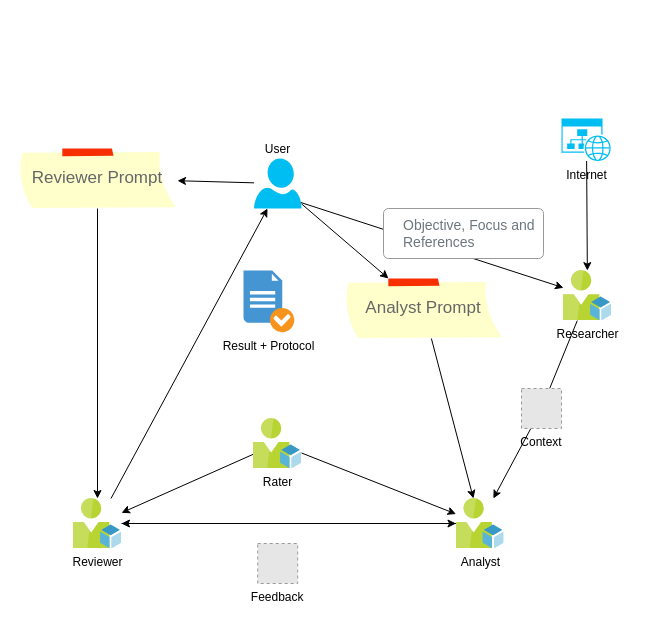
denniszielke/ai-financial-report-agents keeps this draw.io diagram as diagram.drawio. Above is the earlier version. Source tidied: cells renumbered, new cells numbered last; positions are measured from the earlier drawing's top-left corner, leaving out a move shared by most shapes. Both pictures are drawn from the tidied source at 100%, with x=0, y=0 at pixel (17, 118). Pictures stored in the file or linked from it are replaced by grey dashed boxes.
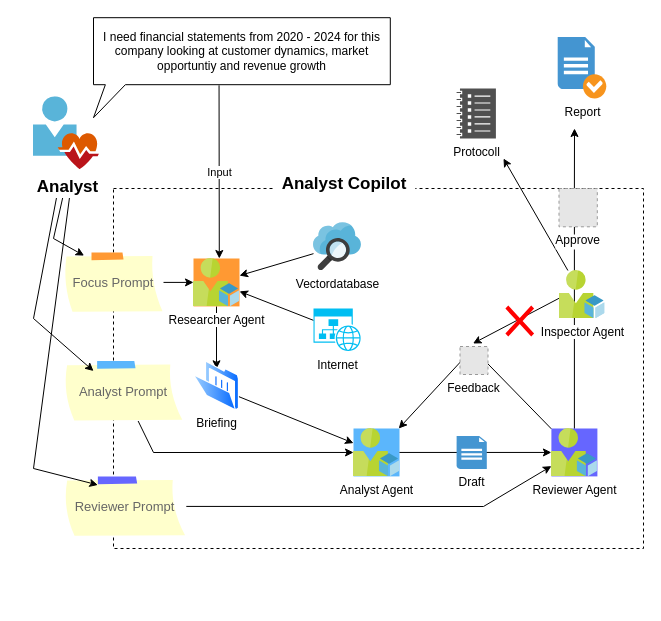
After the change.

The edit, as a diff of the source:
```diff
@@
-    <mxCell id="2" style="edgeStyle=none;html=1;exitX=0.52;exitY=0.736;exitDx=0;exitDy=0;exitPerimeter=0;" parent="1" edge="1" source="5" target="7">
-      <mxGeometry relative="1" as="geometry" />
-    </mxCell>
-    <mxCell id="3" style="edgeStyle=none;html=1;" parent="1" edge="1" source="5" target="20">
-      <mxGeometry relative="1" as="geometry" />
-    </mxCell>
-    <mxCell id="4" style="edgeStyle=none;html=1;" parent="1" edge="1" source="5" target="18">
-      <mxGeometry relative="1" as="geometry" />
-    </mxCell>
-    <mxCell id="5" value="User" style="verticalLabelPosition=top;html=1;verticalAlign=bottom;align=center;strokeColor=none;fillColor=#00BEF2;shape=mxgraph.azure.user;labelPosition=center;" parent="1" vertex="1">
-      <mxGeometry x="236.5" y="40" width="47.5" height="50" as="geometry" />
-    </mxCell>
-    <mxCell id="6" style="edgeStyle=none;html=1;startArrow=none;" parent="1" edge="1" source="26" target="11">
-      <mxGeometry relative="1" as="geometry" />
-    </mxCell>
-    <mxCell id="7" value="Researcher" style="sketch=0;html=1;points=[];align=center;image;fontSize=12;image=img/lib/mscae/User_Resource.svg;" parent="1" vertex="1">
-      <mxGeometry x="546" y="152.1" width="48" height="50" as="geometry" />
-    </mxCell>
-    <mxCell id="8" style="edgeStyle=none;html=1;" parent="1" edge="1" source="9" target="7">
-      <mxGeometry relative="1" as="geometry" />
-    </mxCell>
+    <mxCell id="27" style="whiteSpace=wrap;html=1;labelBackgroundColor=default;dashed=1;rounded=0;" parent="1" vertex="1">
+      <mxGeometry x="96" y="70" width="530" height="360" as="geometry" />
+    </mxCell>
+    <mxCell id="28" value="Focus Prompt" style="strokeWidth=1;shadow=0;dashed=0;align=center;html=1;shape=mxgraph.mockup.text.stickyNote2;fontColor=#666666;mainText=;fontSize=13;whiteSpace=wrap;fillColor=#ffffcc;strokeColor=#FF9933;rounded=0;" parent="1" vertex="1">
+      <mxGeometry x="46" y="133.9" width="100" height="60" as="geometry" />
+    </mxCell>
+    <mxCell id="20" value="Analyst Prompt" style="strokeWidth=1;shadow=0;dashed=0;align=center;html=1;shape=mxgraph.mockup.text.stickyNote2;fontColor=#666666;mainText=;fontSize=13;whiteSpace=wrap;fillColor=#ffffcc;strokeColor=#5BB6FC;rounded=0;" parent="1" vertex="1">
+      <mxGeometry x="46" y="242.5" width="120" height="60" as="geometry" />
+    </mxCell>
+    <mxCell id="18" value="Reviewer Prompt" style="strokeWidth=1;shadow=0;dashed=0;align=center;html=1;shape=mxgraph.mockup.text.stickyNote2;fontColor=#666666;mainText=;fontSize=13;whiteSpace=wrap;fillColor=#ffffcc;strokeColor=#6666FF;rounded=0;" parent="1" vertex="1">
+      <mxGeometry x="46" y="357.9" width="122.8" height="60" as="geometry" />
+    </mxCell>
+    <mxCell id="29" style="edgeStyle=none;html=1;rounded=0;entryX=0.206;entryY=0.054;entryDx=0;entryDy=0;entryPerimeter=0;" parent="1" edge="1" target="28">
+      <mxGeometry relative="1" as="geometry">
+        <mxPoint x="50" y="57.9" as="sourcePoint" />
+        <Array as="points">
+          <mxPoint x="36" y="120" />
+        </Array>
+      </mxGeometry>
+    </mxCell>
+    <mxCell id="30" style="edgeStyle=none;html=1;entryX=0.25;entryY=0.167;entryDx=0;entryDy=0;entryPerimeter=0;exitX=0.15;exitY=1.053;exitDx=0;exitDy=0;exitPerimeter=0;rounded=0;" parent="1" edge="1" target="20">
+      <mxGeometry relative="1" as="geometry">
+        <mxPoint x="42.6" y="60.4" as="sourcePoint" />
+        <Array as="points">
+          <mxPoint x="16" y="200" />
+        </Array>
+      </mxGeometry>
+    </mxCell>
+    <mxCell id="31" style="edgeStyle=none;html=1;entryX=0.28;entryY=0.143;entryDx=0;entryDy=0;entryPerimeter=0;rounded=0;" parent="1" edge="1" target="18">
+      <mxGeometry relative="1" as="geometry">
+        <mxPoint x="54.8" y="57.9" as="sourcePoint" />
+        <Array as="points">
+          <mxPoint x="16" y="350" />
+        </Array>
+      </mxGeometry>
+    </mxCell>
+    <mxCell id="32" value="I need financial statements from 2020 - 2024 for this company looking at customer dynamics, market opportuntiy and revenue growth" style="shape=callout;whiteSpace=wrap;html=1;perimeter=calloutPerimeter;position2=0;size=33;position=0.04;rounded=0;" parent="1" vertex="1">
+      <mxGeometry x="76" y="-100.8" width="296.8" height="100" as="geometry" />
+    </mxCell>
+    <mxCell id="33" style="edgeStyle=none;html=1;rounded=0;" parent="1" edge="1" source="28">
+      <mxGeometry relative="1" as="geometry">
+        <mxPoint x="176" y="163.9" as="targetPoint" />
+      </mxGeometry>
+    </mxCell>
+    <mxCell id="34" value="Input" style="edgeStyle=none;html=1;exitX=0.423;exitY=0.676;exitDx=0;exitDy=0;exitPerimeter=0;rounded=0;" parent="1" edge="1" source="32">
+      <mxGeometry relative="1" as="geometry">
+        <mxPoint x="201.8" y="140" as="targetPoint" />
+      </mxGeometry>
+    </mxCell>
+    <mxCell id="35" style="edgeStyle=none;html=1;rounded=0;" parent="1" edge="1" source="36">
+      <mxGeometry relative="1" as="geometry">
+        <mxPoint x="222" y="157.1" as="targetPoint" />
+      </mxGeometry>
+    </mxCell>
+    <mxCell id="36" value="Vectordatabase" style="sketch=0;html=1;points=[];align=center;image;fontSize=12;image=img/lib/mscae/Search.svg;labelBackgroundColor=default;rounded=0;" parent="1" vertex="1">
+      <mxGeometry x="296" y="104.1" width="47.9" height="47.9" as="geometry" />
+    </mxCell>
+    <mxCell id="37" style="edgeStyle=none;html=1;rounded=0;" parent="1" edge="1" source="9">
+      <mxGeometry relative="1" as="geometry">
+        <mxPoint x="222" y="172.9" as="targetPoint" />
+      </mxGeometry>
+    </mxCell>
-    <mxCell id="9" value="Internet" style="verticalLabelPosition=bottom;html=1;verticalAlign=top;align=center;strokeColor=none;fillColor=#00BEF2;shape=mxgraph.azure.website_generic;" parent="1" vertex="1">
-      <mxGeometry x="544" width="50" height="42.5" as="geometry" />
+    <mxCell id="9" value="Internet" style="verticalLabelPosition=bottom;html=1;verticalAlign=top;align=center;strokeColor=none;fillColor=#00BEF2;shape=mxgraph.azure.website_generic;labelBackgroundColor=default;rounded=0;" parent="1" vertex="1">
+      <mxGeometry x="296" y="190" width="47.9" height="42.5" as="geometry" />
     </mxCell>
-    <mxCell id="10" style="edgeStyle=none;html=1;" parent="1" edge="1" source="11" target="14">
-      <mxGeometry relative="1" as="geometry" />
-    </mxCell>
+    <mxCell id="38" style="edgeStyle=none;html=1;rounded=0;" parent="1" edge="1">
+      <mxGeometry relative="1" as="geometry">
+        <mxPoint x="199" y="187.9" as="sourcePoint" />
+        <mxPoint x="199" y="250.3" as="targetPoint" />
+      </mxGeometry>
+    </mxCell>
+    <mxCell id="39" value="Analyst Agent" style="sketch=0;html=1;points=[];align=center;image;fontSize=12;image=img/lib/mscae/User_Resource.svg;imageBackground=#5BB6FC;rounded=0;" parent="1" vertex="1">
+      <mxGeometry x="336" y="310" width="46" height="47.9" as="geometry" />
+    </mxCell>
+    <mxCell id="40" style="edgeStyle=none;html=1;rounded=0;" parent="1" edge="1" source="20" target="39">
+      <mxGeometry relative="1" as="geometry">
+        <Array as="points">
+          <mxPoint x="136" y="334" />
+        </Array>
+      </mxGeometry>
+    </mxCell>
+    <mxCell id="41" style="edgeStyle=none;html=1;rounded=0;" parent="1" edge="1" target="39">
+      <mxGeometry relative="1" as="geometry">
+        <mxPoint x="216.8" y="276.3" as="sourcePoint" />
+      </mxGeometry>
+    </mxCell>
+    <mxCell id="42" style="edgeStyle=none;html=1;rounded=0;" parent="1" edge="1" source="44" target="39">
+      <mxGeometry relative="1" as="geometry">
+        <Array as="points">
+          <mxPoint x="455.4" y="230" />
+        </Array>
+      </mxGeometry>
+    </mxCell>
+    <mxCell id="43" style="edgeStyle=none;html=1;startArrow=none;rounded=0;" parent="1" edge="1">
+      <mxGeometry relative="1" as="geometry">
+        <mxPoint x="556.9" y="70" as="sourcePoint" />
+        <mxPoint x="557" y="10" as="targetPoint" />
+      </mxGeometry>
+    </mxCell>
+    <mxCell id="44" value="Reviewer Agent" style="sketch=0;html=1;points=[];align=center;image;fontSize=12;image=img/lib/mscae/User_Resource.svg;imageBackground=#6666FF;rounded=0;" parent="1" vertex="1">
+      <mxGeometry x="533.9" y="310" width="46" height="47.9" as="geometry" />
+    </mxCell>
+    <mxCell id="45" style="edgeStyle=none;html=1;rounded=0;" parent="1" edge="1" source="18" target="44">
+      <mxGeometry relative="1" as="geometry">
+        <Array as="points">
+          <mxPoint x="466" y="388" />
+        </Array>
+      </mxGeometry>
+    </mxCell>
+    <mxCell id="46" style="edgeStyle=none;html=1;rounded=0;" parent="1" edge="1" source="39" target="44">
+      <mxGeometry relative="1" as="geometry" />
+    </mxCell>
+    <mxCell id="47" style="edgeStyle=none;html=1;entryX=0.5;entryY=0;entryDx=0;entryDy=0;rounded=0;" parent="1" edge="1">
+      <mxGeometry relative="1" as="geometry">
+        <mxPoint x="541.5" y="179.8" as="sourcePoint" />
+        <mxPoint x="455.5" y="225" as="targetPoint" />
+      </mxGeometry>
+    </mxCell>
+    <mxCell id="48" style="edgeStyle=none;html=1;rounded=0;" parent="1" edge="1">
+      <mxGeometry relative="1" as="geometry">
+        <mxPoint x="550.4" y="152" as="sourcePoint" />
+        <mxPoint x="486" y="40" as="targetPoint" />
+      </mxGeometry>
+    </mxCell>
+    <mxCell id="49" value="Draft" style="shadow=0;dashed=0;html=1;strokeColor=none;fillColor=#4495D1;labelPosition=center;verticalLabelPosition=bottom;verticalAlign=top;align=center;shape=mxgraph.veeam.2d.report;labelBackgroundColor=default;rounded=0;" parent="1" vertex="1">
+      <mxGeometry x="439.1" y="317.4" width="30.2" height="33" as="geometry" />
+    </mxCell>
+    <mxCell id="50" value="Report" style="shadow=0;dashed=0;html=1;strokeColor=none;fillColor=#4495D1;labelPosition=center;verticalLabelPosition=bottom;verticalAlign=top;align=center;shape=mxgraph.veeam.checked_doc;labelBackgroundColor=default;rounded=0;" parent="1" vertex="1">
+      <mxGeometry x="540.2" y="-81.6" width="48.6" height="61.6" as="geometry" />
+    </mxCell>
+    <mxCell id="51" style="shape=mxgraph.mockup.markup.redX;fillColor=#ff0000;html=1;shadow=0;strokeColor=none;rounded=0;" parent="1" vertex="1">
+      <mxGeometry x="487.9" y="187" width="28.7" height="31" as="geometry" />
+    </mxCell>
+    <mxCell id="52" style="edgeStyle=none;html=1;endArrow=none;rounded=0;" parent="1" edge="1" source="44">
+      <mxGeometry relative="1" as="geometry">
+        <mxPoint x="556.9" y="108.3" as="targetPoint" />
+      </mxGeometry>
+    </mxCell>
+    <mxCell id="53" value="Inspector Agent" style="sketch=0;html=1;align=center;image;fontSize=12;image=img/lib/mscae/User_Resource.svg;rounded=0;" parent="1" vertex="1">
+      <mxGeometry x="541.5" y="152" width="46" height="47.9" as="geometry" />
+    </mxCell>
-    <mxCell id="11" value="Analyst" style="sketch=0;html=1;points=[];align=center;image;fontSize=12;image=img/lib/mscae/User_Resource.svg;" parent="1" vertex="1">
-      <mxGeometry x="438.5" y="380" width="48" height="50" as="geometry" />
+    <mxCell id="11" value="Analyst" style="sketch=0;html=1;points=[];align=center;image;fontSize=17;image=img/lib/mscae/User_Health_Icon.svg;labelBackgroundColor=default;labelBorderColor=#FFFFFF;fontStyle=1;rounded=0;" parent="1" vertex="1">
+      <mxGeometry x="16" y="-21.8" width="67.1" height="73" as="geometry" />
     </mxCell>
-    <mxCell id="12" style="edgeStyle=none;html=1;" parent="1" edge="1" source="14" target="11">
-      <mxGeometry relative="1" as="geometry" />
-    </mxCell>
-    <mxCell id="13" style="edgeStyle=none;html=1;" parent="1" edge="1" source="14">
-      <mxGeometry relative="1" as="geometry">
-        <mxPoint x="250" y="90" as="targetPoint" />
-      </mxGeometry>
-    </mxCell>
-    <mxCell id="14" value="Reviewer" style="sketch=0;html=1;points=[];align=center;image;fontSize=12;image=img/lib/mscae/User_Resource.svg;" parent="1" vertex="1">
-      <mxGeometry x="56" y="380" width="48" height="50" as="geometry" />
-    </mxCell>
+    <mxCell id="54" value="Analyst Copilot" style="text;strokeColor=none;align=center;fillColor=default;html=1;verticalAlign=middle;whiteSpace=wrap;rounded=0;labelBackgroundColor=#FFFFFF;labelBorderColor=#FFFFFF;fontSize=17;fontStyle=1;" parent="1" vertex="1">
+      <mxGeometry x="256" y="51.2" width="141.8" height="30" as="geometry" />
+    </mxCell>
+    <mxCell id="55" value="Protocoll" style="sketch=0;shadow=0;dashed=0;html=1;strokeColor=none;labelPosition=center;verticalLabelPosition=bottom;verticalAlign=top;align=center;fillColor=#505050;shape=mxgraph.mscae.oms.log_management;labelBackgroundColor=default;rounded=0;" parent="1" vertex="1">
+      <mxGeometry x="439.1" y="-30" width="39.3" height="50" as="geometry" />
+    </mxCell>
+    <mxCell id="56" value="Researcher Agent" style="sketch=0;html=1;align=center;image;fontSize=12;image=img/lib/mscae/User_Resource.svg;labelBackgroundColor=#FFFFFF;imageBackground=#FF9933;rounded=0;" parent="1" vertex="1">
+      <mxGeometry x="176" y="140" width="46" height="47.9" as="geometry" />
+    </mxCell>
-    <mxCell id="15" value="Feedback&#10;" style="fillColor=#E6E6E6;strokeColor=#999999;dashed=1;verticalLabelPosition=bottom;verticalAlign=top;" parent="1" vertex="1">
-      <mxGeometry x="240.2" y="425" width="40" height="40" as="geometry" />
+    <mxCell id="15" value="Feedback" style="fillColor=#E6E6E6;strokeColor=#999999;dashed=1;verticalLabelPosition=bottom;verticalAlign=top;labelBackgroundColor=default;" parent="1" vertex="1">
+      <mxGeometry x="442.5" y="228" width="28" height="28" as="geometry" />
     </mxCell>
-    <mxCell id="16" value="Result + Protocol" style="shadow=0;dashed=0;html=1;strokeColor=none;fillColor=#4495D1;labelPosition=center;verticalLabelPosition=bottom;verticalAlign=top;align=center;shape=mxgraph.veeam.checked_doc;" parent="1" vertex="1">
-      <mxGeometry x="226" y="152.1" width="50.8" height="61.6" as="geometry" />
-    </mxCell>
-    <mxCell id="17" style="edgeStyle=none;html=1;" parent="1" edge="1" source="18" target="14">
-      <mxGeometry relative="1" as="geometry" />
-    </mxCell>
-    <mxCell id="18" value="Reviewer Prompt" style="strokeWidth=1;shadow=0;dashed=0;align=center;html=1;shape=mxgraph.mockup.text.stickyNote2;fontColor=#666666;mainText=;fontSize=17;whiteSpace=wrap;fillColor=#ffffcc;strokeColor=#F62E00;" parent="1" vertex="1">
-      <mxGeometry y="30" width="160" height="60" as="geometry" />
-    </mxCell>
-    <mxCell id="19" style="edgeStyle=none;html=1;" parent="1" edge="1" source="20" target="11">
-      <mxGeometry relative="1" as="geometry" />
-    </mxCell>
-    <mxCell id="20" value="Analyst Prompt" style="strokeWidth=1;shadow=0;dashed=0;align=center;html=1;shape=mxgraph.mockup.text.stickyNote2;fontColor=#666666;mainText=;fontSize=17;whiteSpace=wrap;fillColor=#ffffcc;strokeColor=#F62E00;" parent="1" vertex="1">
-      <mxGeometry x="326" y="160" width="160" height="60" as="geometry" />
-    </mxCell>
-    <mxCell id="21" style="edgeStyle=none;html=1;" parent="1" edge="1" source="23" target="14">
-      <mxGeometry relative="1" as="geometry" />
-    </mxCell>
-    <mxCell id="22" style="edgeStyle=none;html=1;" parent="1" edge="1" source="23" target="11">
-      <mxGeometry relative="1" as="geometry" />
-    </mxCell>
-    <mxCell id="23" value="Rater" style="sketch=0;html=1;points=[];align=center;image;fontSize=12;image=img/lib/mscae/User_Resource.svg;" parent="1" vertex="1">
-      <mxGeometry x="236" y="300" width="48" height="50" as="geometry" />
-    </mxCell>
-    <mxCell id="24" value="Objective, Focus and References" style="html=1;shadow=0;dashed=0;shape=mxgraph.bootstrap.rrect;rSize=5;strokeColor=#999999;strokeWidth=1;fillColor=#FFFFFF;fontColor=#6C767D;whiteSpace=wrap;align=left;verticalAlign=middle;spacingLeft=10;fontSize=14;spacing=10;" parent="1" vertex="1">
-      <mxGeometry x="366" y="90" width="160" height="50" as="geometry" />
-    </mxCell>
-    <mxCell id="25" style="edgeStyle=none;html=1;endArrow=none;" parent="1" edge="1" source="7" target="26">
-      <mxGeometry relative="1" as="geometry" />
-    </mxCell>
-    <mxCell id="26" value="Context" style="fillColor=#E6E6E6;strokeColor=#999999;dashed=1;verticalLabelPosition=bottom;verticalAlign=top;" parent="1" vertex="1">
-      <mxGeometry x="504" y="270" width="40" height="40" as="geometry" />
-    </mxCell>
+    <mxCell id="57" value="&lt;font style=&quot;font-size: 12px;&quot; face=&quot;Helvetica&quot;&gt;Briefing&lt;/font&gt;" style="perimeter=ellipsePerimeter;html=1;align=center;shadow=0;dashed=0;spacingTop=-6;image;image=img/lib/active_directory/folder_open.svg;sketch=1;hachureGap=4;jiggle=2;curveFitting=1;fontFamily=Architects Daughter;fontSize=20;spacing=-1;" parent="1" vertex="1">
+      <mxGeometry x="176" y="242.5" width="46" height="50" as="geometry" />
+    </mxCell>
+    <mxCell id="58" value="Approve" style="fillColor=#E6E6E6;strokeColor=#999999;dashed=1;verticalLabelPosition=bottom;verticalAlign=top;labelBackgroundColor=default;" parent="1" vertex="1">
+      <mxGeometry x="541.5" y="70" width="38.3" height="38.3" as="geometry" />
+    </mxCell>
```
